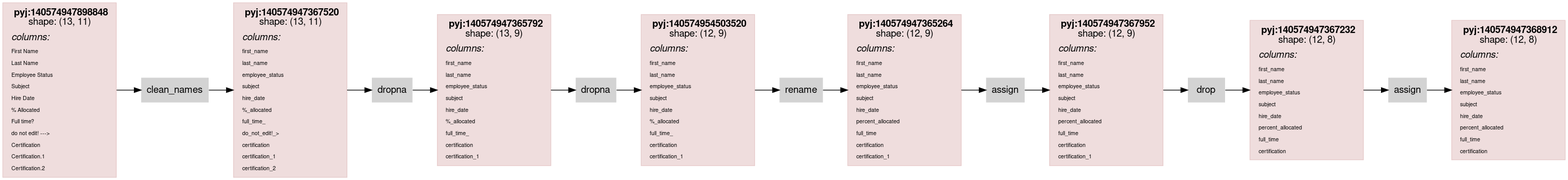
Above: scripts/rdflog/dirty-clean.ttl.dot.png in asmirnov69/pyjviz-poc (Graphviz), before the change. Its source is kept beside it as scripts/rdflog/dirty-clean.ttl.dot.
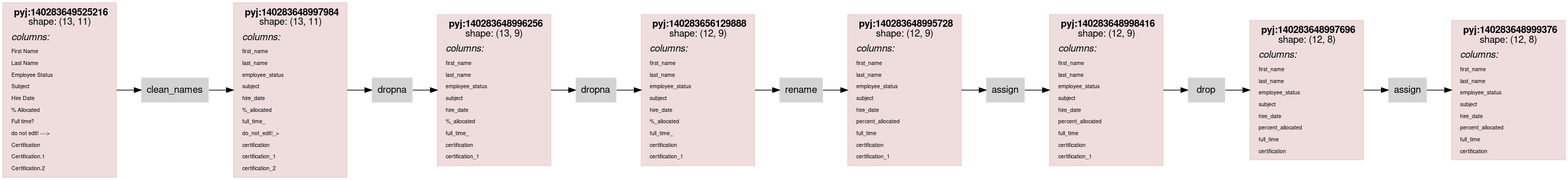
After the change.

Diff of the diagram source:
```diff
@@ -14,7 +14,7 @@
                 color="#88000022"
                 shape = rect
                 label = <<table border="0" cellborder="0" cellspacing="0" cellpadding="4">
-                         <tr> <td> <b>pyj:140574947898848</b><br/>shape: (13, 11)</td> </tr>
+                         <tr> <td> <b>pyj:140283649525216</b><br/>shape: (13, 11)</td> </tr>
                          <tr> <td align="left"><i>columns:</i><br align="left"/></td></tr>
                 <tr><td align="left"><FONT POINT-SIZE="8px">First Name</FONT></td></tr>
 <tr><td align="left"><FONT POINT-SIZE="8px">Last Name</FONT></td></tr>
@@ -33,7 +33,7 @@
                 color="#88000022"
                 shape = rect
                 label = <<table border="0" cellborder="0" cellspacing="0" cellpadding="4">
-                         <tr> <td> <b>pyj:140574947367520</b><br/>shape: (13, 11)</td> </tr>
+                         <tr> <td> <b>pyj:140283648997984</b><br/>shape: (13, 11)</td> </tr>
                          <tr> <td align="left"><i>columns:</i><br align="left"/></td></tr>
                 <tr><td align="left"><FONT POINT-SIZE="8px">first_name</FONT></td></tr>
 <tr><td align="left"><FONT POINT-SIZE="8px">last_name</FONT></td></tr>
@@ -52,7 +52,7 @@
                 color="#88000022"
                 shape = rect
                 label = <<table border="0" cellborder="0" cellspacing="0" cellpadding="4">
-                         <tr> <td> <b>pyj:140574947365792</b><br/>shape: (13, 9)</td> </tr>
+                         <tr> <td> <b>pyj:140283648996256</b><br/>shape: (13, 9)</td> </tr>
                          <tr> <td align="left"><i>columns:</i><br align="left"/></td></tr>
                 <tr><td align="left"><FONT POINT-SIZE="8px">first_name</FONT></td></tr>
 <tr><td align="left"><FONT POINT-SIZE="8px">last_name</FONT></td></tr>
@@ -69,7 +69,7 @@
                 color="#88000022"
                 shape = rect
                 label = <<table border="0" cellborder="0" cellspacing="0" cellpadding="4">
-                         <tr> <td> <b>pyj:140574954503520</b><br/>shape: (12, 9)</td> </tr>
+                         <tr> <td> <b>pyj:140283656129888</b><br/>shape: (12, 9)</td> </tr>
                          <tr> <td align="left"><i>columns:</i><br align="left"/></td></tr>
                 <tr><td align="left"><FONT POINT-SIZE="8px">first_name</FONT></td></tr>
 <tr><td align="left"><FONT POINT-SIZE="8px">last_name</FONT></td></tr>
@@ -86,7 +86,7 @@
                 color="#88000022"
                 shape = rect
                 label = <<table border="0" cellborder="0" cellspacing="0" cellpadding="4">
-                         <tr> <td> <b>pyj:140574947365264</b><br/>shape: (12, 9)</td> </tr>
+                         <tr> <td> <b>pyj:140283648995728</b><br/>shape: (12, 9)</td> </tr>
                          <tr> <td align="left"><i>columns:</i><br align="left"/></td></tr>
                 <tr><td align="left"><FONT POINT-SIZE="8px">first_name</FONT></td></tr>
 <tr><td align="left"><FONT POINT-SIZE="8px">last_name</FONT></td></tr>
@@ -103,7 +103,7 @@
                 color="#88000022"
                 shape = rect
                 label = <<table border="0" cellborder="0" cellspacing="0" cellpadding="4">
-                         <tr> <td> <b>pyj:140574947367952</b><br/>shape: (12, 9)</td> </tr>
+                         <tr> <td> <b>pyj:140283648998416</b><br/>shape: (12, 9)</td> </tr>
                          <tr> <td align="left"><i>columns:</i><br align="left"/></td></tr>
                 <tr><td align="left"><FONT POINT-SIZE="8px">first_name</FONT></td></tr>
 <tr><td align="left"><FONT POINT-SIZE="8px">last_name</FONT></td></tr>
@@ -120,7 +120,7 @@
                 color="#88000022"
                 shape = rect
                 label = <<table border="0" cellborder="0" cellspacing="0" cellpadding="4">
-                         <tr> <td> <b>pyj:140574947367232</b><br/>shape: (12, 8)</td> </tr>
+                         <tr> <td> <b>pyj:140283648997696</b><br/>shape: (12, 8)</td> </tr>
                          <tr> <td align="left"><i>columns:</i><br align="left"/></td></tr>
                 <tr><td align="left"><FONT POINT-SIZE="8px">first_name</FONT></td></tr>
 <tr><td align="left"><FONT POINT-SIZE="8px">last_name</FONT></td></tr>
@@ -136,7 +136,7 @@
                 color="#88000022"
                 shape = rect
                 label = <<table border="0" cellborder="0" cellspacing="0" cellpadding="4">
-                         <tr> <td> <b>pyj:140574947368912</b><br/>shape: (12, 8)</td> </tr>
+                         <tr> <td> <b>pyj:140283648999376</b><br/>shape: (12, 8)</td> </tr>
                          <tr> <td align="left"><i>columns:</i><br align="left"/></td></tr>
                 <tr><td align="left"><FONT POINT-SIZE="8px">first_name</FONT></td></tr>
 <tr><td align="left"><FONT POINT-SIZE="8px">last_name</FONT></td></tr>
```
